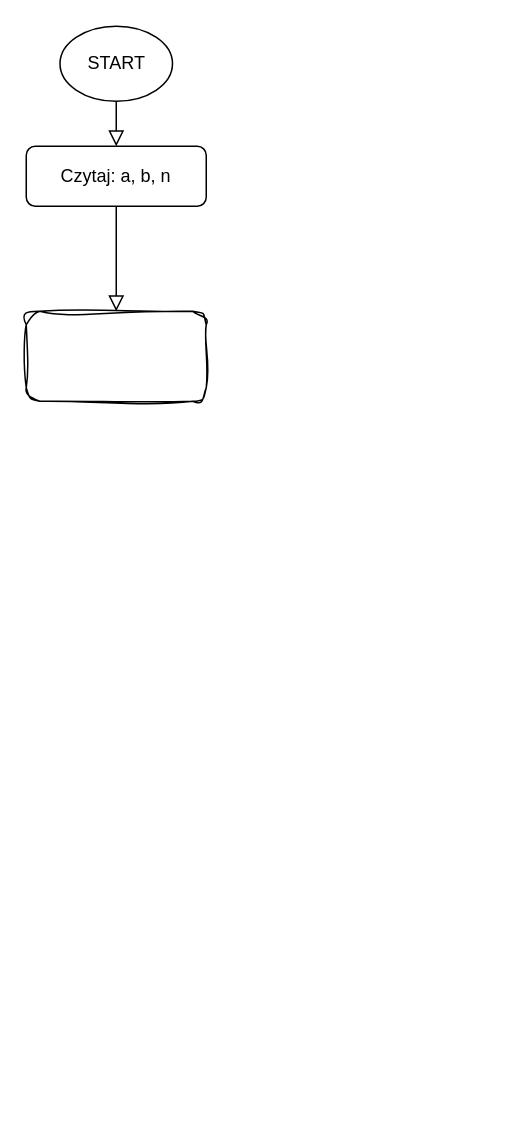
MichalPniak/diagrams.net keeps this draw.io diagram as page "prostokąty" (1 of 3) of algorytmy-i-struktury-danych/algorytm-całkowania-metoda-prostokątów.drawio. Above is the earlier version. Source tidied: cells renumbered, new cells numbered last; positions are measured from the earlier drawing's top-left corner, leaving out a move shared by most shapes. Both pictures are drawn from the tidied source at 150%, with x=0, y=0 at pixel (26, 26).
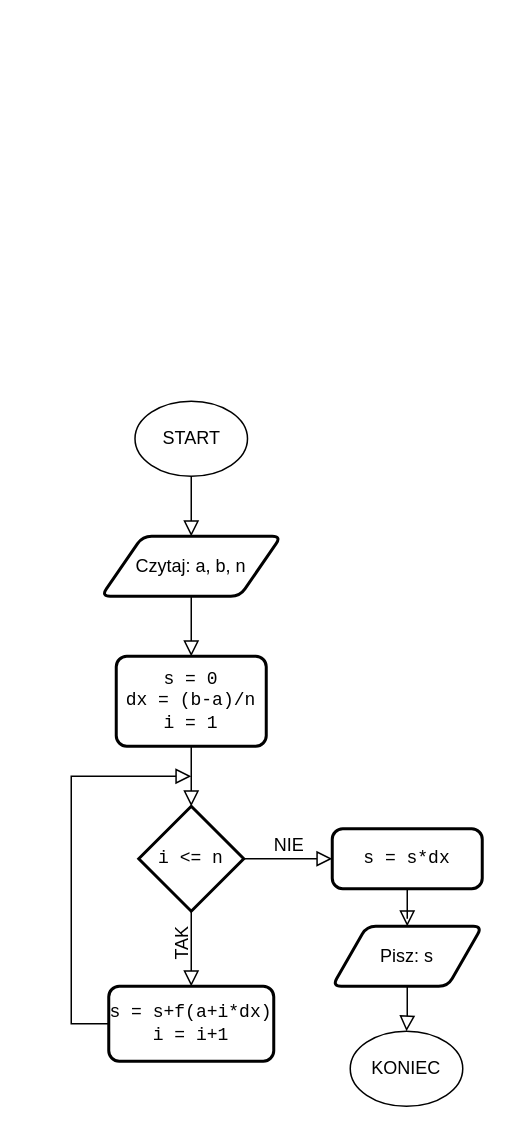
The same diagram, later.

Diff of the diagram source:
```diff
@@
 <mxGraphModel>
   <root>
     <mxCell id="0" />
     <mxCell id="1" parent="0" />
-    <mxCell id="2" style="edgeStyle=orthogonalEdgeStyle;shape=connector;rounded=0;jettySize=auto;html=1;shadow=0;labelBackgroundColor=none;strokeColor=default;strokeWidth=1;fontFamily=Helvetica;fontSize=12;fontColor=default;endArrow=block;endFill=0;endSize=8;" parent="1" edge="1" source="3" target="6">
-      <mxGeometry relative="1" as="geometry" />
-    </mxCell>
-    <mxCell id="3" value="Czytaj: a, b, n" style="rounded=1;whiteSpace=wrap;html=1;fontSize=12;glass=0;strokeWidth=1;shadow=0;" parent="1" vertex="1">
-      <mxGeometry y="80" width="120" height="40" as="geometry" />
-    </mxCell>
-    <mxCell id="4" style="edgeStyle=orthogonalEdgeStyle;shape=connector;rounded=0;jettySize=auto;html=1;exitX=0.5;exitY=1;exitDx=0;exitDy=0;shadow=0;labelBackgroundColor=none;strokeColor=default;strokeWidth=1;fontFamily=Helvetica;fontSize=11;fontColor=default;endArrow=block;endFill=0;endSize=8;" parent="1" edge="1" source="5" target="3">
+    <mxCell id="4" style="edgeStyle=orthogonalEdgeStyle;shape=connector;rounded=0;jettySize=auto;html=1;shadow=0;labelBackgroundColor=none;strokeColor=default;strokeWidth=1;fontFamily=Helvetica;fontSize=12;fontColor=default;endArrow=block;endFill=0;endSize=8;" parent="1" edge="1" source="5" target="3">
       <mxGeometry relative="1" as="geometry" />
     </mxCell>
     <mxCell id="5" value="START" style="ellipse;whiteSpace=wrap;html=1;rounded=1;shadow=0;glass=0;strokeColor=default;strokeWidth=1;fontFamily=Helvetica;fontSize=12;fontColor=default;fillColor=default;" parent="1" vertex="1">
-      <mxGeometry x="22.5" width="75" height="50" as="geometry" />
+      <mxGeometry x="72.5" y="250" width="75" height="50" as="geometry" />
     </mxCell>
-    <mxCell id="6" style="whiteSpace=wrap;html=1;rounded=1;glass=0;strokeWidth=1;shadow=0;sketch=1;hachureGap=4;jiggle=2;curveFitting=1;fontFamily=Architects Daughter;fontSize=20;" parent="1" vertex="1">
-      <mxGeometry y="190" width="120" height="60" as="geometry" />
-    </mxCell>
+    <mxCell id="7" style="edgeStyle=orthogonalEdgeStyle;shape=connector;rounded=0;jettySize=auto;html=1;shadow=0;labelBackgroundColor=none;strokeColor=default;strokeWidth=1;fontFamily=Helvetica;fontSize=12;fontColor=default;endArrow=block;endFill=0;endSize=8;" parent="1" edge="1" source="8" target="12">
+      <mxGeometry relative="1" as="geometry" />
+    </mxCell>
+    <mxCell id="8" value="&lt;pre&gt;s = 0&lt;br&gt;dx = (b-a)/n&lt;br&gt;i = 1&lt;/pre&gt;" style="rounded=1;whiteSpace=wrap;html=1;absoluteArcSize=1;arcSize=14;strokeWidth=2;shadow=0;glass=0;strokeColor=default;fontFamily=Helvetica;fontSize=12;fontColor=default;fillColor=default;" parent="1" vertex="1">
+      <mxGeometry x="60" y="420" width="100" height="60" as="geometry" />
+    </mxCell>
+    <mxCell id="9" style="edgeStyle=orthogonalEdgeStyle;shape=connector;rounded=0;jettySize=auto;html=1;shadow=0;labelBackgroundColor=none;strokeColor=default;strokeWidth=1;fontFamily=Helvetica;fontSize=12;fontColor=default;endArrow=block;endFill=0;endSize=8;" parent="1" edge="1" source="3" target="8">
+      <mxGeometry relative="1" as="geometry" />
+    </mxCell>
+    <mxCell id="3" value="Czytaj: a, b, n" style="shape=parallelogram;html=1;strokeWidth=2;perimeter=parallelogramPerimeter;whiteSpace=wrap;rounded=1;arcSize=12;size=0.23;shadow=0;glass=0;strokeColor=default;fontFamily=Helvetica;fontSize=12;fontColor=default;fillColor=default;" parent="1" vertex="1">
+      <mxGeometry x="50" y="340" width="120" height="40" as="geometry" />
+    </mxCell>
+    <mxCell id="10" value="TAK" style="edgeStyle=orthogonalEdgeStyle;shape=connector;rounded=0;jettySize=auto;html=1;shadow=0;labelBackgroundColor=none;strokeColor=default;strokeWidth=1;fontFamily=Helvetica;fontSize=12;fontColor=default;endArrow=block;endFill=0;endSize=8;verticalAlign=bottom;horizontal=0;" parent="1" edge="1" source="12" target="14">
+      <mxGeometry relative="1" as="geometry" />
+    </mxCell>
+    <mxCell id="11" value="NIE" style="edgeStyle=orthogonalEdgeStyle;shape=connector;rounded=0;jettySize=auto;html=1;shadow=0;labelBackgroundColor=none;strokeColor=default;strokeWidth=1;fontFamily=Helvetica;fontSize=12;fontColor=default;endArrow=block;endFill=0;endSize=8;verticalAlign=bottom;horizontal=1;" parent="1" edge="1" source="12" target="16">
+      <mxGeometry relative="1" as="geometry" />
+    </mxCell>
+    <mxCell id="12" value="&lt;pre&gt;i &amp;lt;= n&lt;/pre&gt;" style="strokeWidth=2;html=1;shape=mxgraph.flowchart.decision;whiteSpace=wrap;rounded=1;shadow=0;glass=0;strokeColor=default;fontFamily=Helvetica;fontSize=12;fontColor=default;fillColor=default;" parent="1" vertex="1">
+      <mxGeometry x="75" y="520" width="70" height="70" as="geometry" />
+    </mxCell>
+    <mxCell id="13" style="edgeStyle=orthogonalEdgeStyle;shape=connector;rounded=0;jettySize=auto;html=1;exitX=0;exitY=0.5;exitDx=0;exitDy=0;shadow=0;labelBackgroundColor=none;strokeColor=default;strokeWidth=1;fontFamily=Helvetica;fontSize=12;fontColor=default;endArrow=block;endFill=0;endSize=8;" parent="1" edge="1" source="14">
+      <mxGeometry relative="1" as="geometry">
+        <mxPoint x="110" y="500" as="targetPoint" />
+        <Array as="points">
+          <mxPoint x="30" y="665" />
+          <mxPoint x="30" y="500" />
+        </Array>
+      </mxGeometry>
+    </mxCell>
+    <mxCell id="14" value="&lt;pre&gt;s = s+f(a+i*dx)&lt;br&gt;i = i+1&lt;/pre&gt;" style="rounded=1;whiteSpace=wrap;html=1;absoluteArcSize=1;arcSize=14;strokeWidth=2;shadow=0;glass=0;strokeColor=default;fontFamily=Helvetica;fontSize=12;fontColor=default;fillColor=default;" parent="1" vertex="1">
+      <mxGeometry x="55" y="640" width="110" height="50" as="geometry" />
+    </mxCell>
+    <mxCell id="15" style="edgeStyle=orthogonalEdgeStyle;shape=connector;rounded=0;jettySize=auto;html=1;shadow=0;labelBackgroundColor=none;strokeColor=default;strokeWidth=1;fontFamily=Helvetica;fontSize=12;fontColor=default;endArrow=block;endFill=0;endSize=8;" parent="1" edge="1" source="16" target="18">
+      <mxGeometry relative="1" as="geometry" />
+    </mxCell>
+    <mxCell id="16" value="&lt;pre&gt;s = s*dx&lt;/pre&gt;" style="rounded=1;whiteSpace=wrap;html=1;absoluteArcSize=1;arcSize=14;strokeWidth=2;shadow=0;glass=0;strokeColor=default;fontFamily=Helvetica;fontSize=12;fontColor=default;fillColor=default;" parent="1" vertex="1">
+      <mxGeometry x="204" y="535" width="100" height="40" as="geometry" />
+    </mxCell>
+    <mxCell id="17" style="edgeStyle=orthogonalEdgeStyle;shape=connector;rounded=0;jettySize=auto;html=1;shadow=0;labelBackgroundColor=none;strokeColor=default;strokeWidth=1;fontFamily=Helvetica;fontSize=12;fontColor=default;endArrow=block;endFill=0;endSize=8;" parent="1" edge="1" source="18" target="19">
+      <mxGeometry relative="1" as="geometry" />
+    </mxCell>
+    <mxCell id="18" value="Pisz: s" style="shape=parallelogram;html=1;strokeWidth=2;perimeter=parallelogramPerimeter;whiteSpace=wrap;rounded=1;arcSize=12;size=0.23;shadow=0;glass=0;strokeColor=default;fontFamily=Helvetica;fontSize=12;fontColor=default;fillColor=default;" parent="1" vertex="1">
+      <mxGeometry x="204" y="600" width="100" height="40" as="geometry" />
+    </mxCell>
+    <mxCell id="19" value="KONIEC" style="ellipse;whiteSpace=wrap;html=1;rounded=1;shadow=0;glass=0;strokeColor=default;strokeWidth=1;fontFamily=Helvetica;fontSize=12;fontColor=default;fillColor=default;" parent="1" vertex="1">
+      <mxGeometry x="216" y="670" width="75" height="50" as="geometry" />
+    </mxCell>
   </root>
 </mxGraphModel>
```
